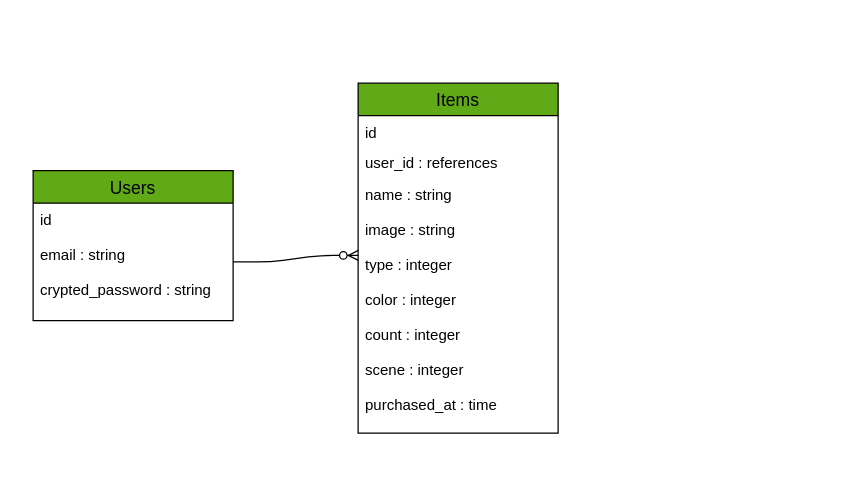
itoigawa/TidyUp keeps this draw.io diagram as .drawio. Above is the earlier version. Source tidied: cells renumbered, new cells numbered last; positions are measured from the earlier drawing's top-left corner, leaving out a move shared by most shapes. Both pictures are drawn from the tidied source at 125%, with x=0, y=0 at pixel (32, 82).
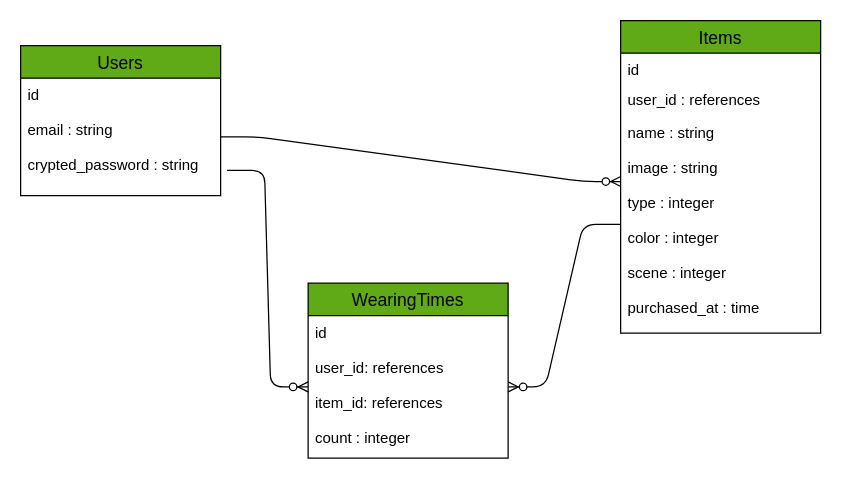
The same page after the edit.

Change to the diagram source:
```diff
@@
 <mxGraphModel>
   <root>
     <mxCell id="0" />
     <mxCell id="1" parent="0" />
+    <mxCell id="6" style="edgeStyle=entityRelationEdgeStyle;fontSize=12;html=1;endArrow=ERzeroToMany;endFill=1;exitX=1;exitY=0.5;exitDx=0;exitDy=0;entryX=0.001;entryY=0.303;entryDx=0;entryDy=0;entryPerimeter=0;" parent="1" edge="1" source="8" target="5">
+      <mxGeometry relative="1" as="geometry" />
+    </mxCell>
+    <mxCell id="9" style="edgeStyle=entityRelationEdgeStyle;fontSize=12;html=1;endArrow=ERzeroToMany;endFill=1;" parent="1" edge="1" source="5" target="12">
+      <mxGeometry relative="1" as="geometry" />
+    </mxCell>
+    <mxCell id="10" style="edgeStyle=entityRelationEdgeStyle;fontSize=12;html=1;endArrow=ERzeroToMany;endFill=1;entryX=0;entryY=0.5;entryDx=0;entryDy=0;exitX=1.032;exitY=0.786;exitDx=0;exitDy=0;exitPerimeter=0;" parent="1" edge="1" source="8" target="12">
+      <mxGeometry relative="1" as="geometry" />
+    </mxCell>
+    <mxCell id="11" value="WearingTimes" style="swimlane;fontStyle=0;horizontal=1;startSize=26;align=center;fontSize=14;fillColor=#60A917;" parent="1" vertex="1">
+      <mxGeometry x="220" y="160" width="160" height="140" as="geometry" />
+    </mxCell>
+    <mxCell id="12" value="id&#10;&#10;user_id: references&#10;&#10;item_id: references&#10;&#10;count : integer" style="text;strokeColor=none;fillColor=none;spacingLeft=4;spacingRight=4;overflow=hidden;points=[[0,0.5],[1,0.5]];portConstraint=eastwest;fontSize=12;" parent="11" vertex="1">
+      <mxGeometry y="26" width="160" height="114" as="geometry" />
+    </mxCell>
     <mxCell id="2" value="Items" style="swimlane;fontStyle=0;horizontal=1;startSize=26;align=center;fontSize=14;fillColor=#60A917;" parent="1" vertex="1">
-      <mxGeometry x="260" width="160" height="280" as="geometry" />
+      <mxGeometry x="470" y="-50" width="160" height="250" as="geometry" />
     </mxCell>
     <mxCell id="3" value="id&#10;&#10;  &#10;&#10;" style="text;strokeColor=none;fillColor=none;spacingLeft=4;spacingRight=4;overflow=hidden;fontSize=12;" parent="2" vertex="1">
       <mxGeometry y="26" width="160" height="24" as="geometry" />
     </mxCell>
     <mxCell id="4" value="user_id : references" style="text;strokeColor=none;fillColor=none;spacingLeft=4;spacingRight=4;overflow=hidden;fontSize=12;" parent="2" vertex="1">
       <mxGeometry y="50" width="160" height="26" as="geometry" />
     </mxCell>
-    <mxCell id="5" value="name : string&#10;&#10;image : string&#10;&#10;type : integer&#10;&#10;color : integer&#10;&#10;count : integer&#10;&#10;scene : integer&#10;&#10;purchased_at : time&#10;" style="text;strokeColor=none;fillColor=none;spacingLeft=4;spacingRight=4;overflow=hidden;points=[[0,0.5],[1,0.5]];portConstraint=eastwest;fontSize=12;" parent="2" vertex="1">
-      <mxGeometry y="76" width="160" height="204" as="geometry" />
+    <mxCell id="5" value="name : string&#10;&#10;image : string&#10;&#10;type : integer&#10;&#10;color : integer&#10;&#10;scene : integer&#10;&#10;purchased_at : time&#10;" style="text;strokeColor=none;fillColor=none;spacingLeft=4;spacingRight=4;overflow=hidden;points=[[0,0.5],[1,0.5]];portConstraint=eastwest;fontSize=12;" parent="2" vertex="1">
+      <mxGeometry y="76" width="160" height="174" as="geometry" />
     </mxCell>
-    <mxCell id="6" style="edgeStyle=entityRelationEdgeStyle;fontSize=12;html=1;endArrow=ERzeroToMany;endFill=1;exitX=1;exitY=0.5;exitDx=0;exitDy=0;entryX=0.001;entryY=0.303;entryDx=0;entryDy=0;entryPerimeter=0;" parent="1" edge="1" source="8" target="5">
-      <mxGeometry relative="1" as="geometry" />
-    </mxCell>
     <mxCell id="7" value="Users" style="swimlane;fontStyle=0;horizontal=1;startSize=26;align=center;fontSize=14;fillColor=#60A917;" parent="1" vertex="1">
-      <mxGeometry y="70" width="160" height="120" as="geometry" />
+      <mxGeometry x="-10" y="-30" width="160" height="120" as="geometry" />
     </mxCell>
     <mxCell id="8" value="id&#10;&#10;email : string&#10;&#10;crypted_password : string" style="text;strokeColor=none;fillColor=none;spacingLeft=4;spacingRight=4;overflow=hidden;points=[[0,0.5],[1,0.5]];portConstraint=eastwest;fontSize=12;" parent="7" vertex="1">
       <mxGeometry y="26" width="160" height="94" as="geometry" />
     </mxCell>
   </root>
 </mxGraphModel>
```
